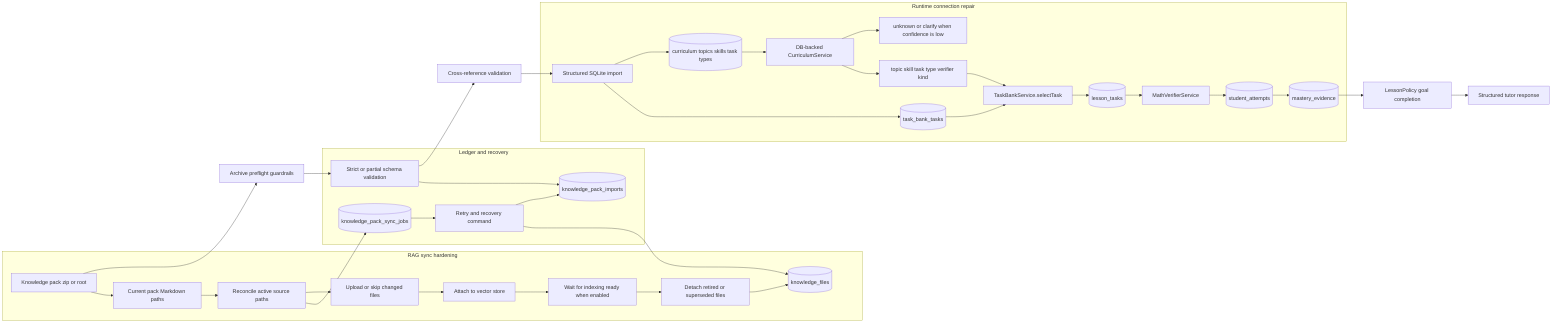
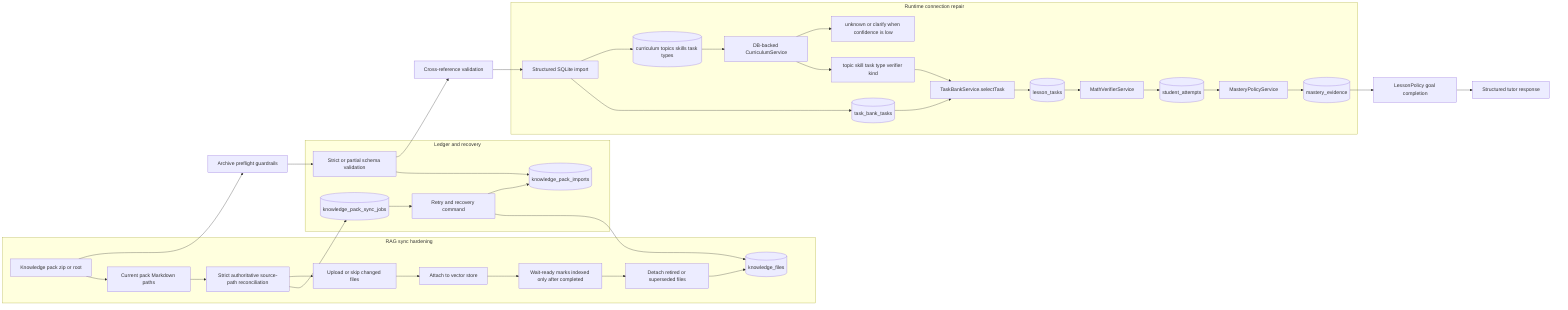
flowchart LR
  Pack[Knowledge pack zip or root] --> Preflight[Archive preflight guardrails]
  Preflight --> Validate[Strict or partial schema validation]
  Validate --> CrossRefs[Cross-reference validation]
  CrossRefs --> Import[Structured SQLite import]

  subgraph RuntimeConnection[Runtime connection repair]
    Import --> CurriculumTables[(curriculum topics skills task types)]
    Import --> TaskBank[(task_bank_tasks)]
    CurriculumTables --> Resolver[DB-backed CurriculumService]
    Resolver --> Unknown[unknown or clarify when confidence is low]
    Resolver --> Context[topic skill task type verifier kind]
    TaskBank --> SelectTask[TaskBankService.selectTask]
    Context --> SelectTask
    SelectTask --> LessonTasks[(lesson_tasks)]
    LessonTasks --> Verifier[MathVerifierService]
    Verifier --> Attempts[(student_attempts)]
-     Attempts --> Mastery[(mastery_evidence)]
+     Attempts --> MasteryPolicy[MasteryPolicyService]
+     MasteryPolicy --> Mastery[(mastery_evidence)]
  end

  subgraph RagSync[RAG sync hardening]
    Pack --> RagPaths[Current pack Markdown paths]
-     RagPaths --> Reconcile[Reconcile active source paths]
+     RagPaths --> Reconcile[Strict authoritative source-path reconciliation]
    Reconcile --> Upload[Upload or skip changed files]
    Upload --> Attach[Attach to vector store]
-     Attach --> WaitReady[Wait for indexing ready when enabled]
+     Attach --> WaitReady[Wait-ready marks indexed only after completed]
    WaitReady --> Cleanup[Detach retired or superseded files]
    Cleanup --> KnowledgeFiles[(knowledge_files)]
  end

  subgraph Recovery[Ledger and recovery]
    Validate --> Ledger[(knowledge_pack_imports)]
    Reconcile --> Jobs[(knowledge_pack_sync_jobs)]
    Jobs --> Recover[Retry and recovery command]
    Recover --> Ledger
    Recover --> KnowledgeFiles
  end

  Mastery --> Policy[LessonPolicy goal completion]
  Policy --> Tutor[Structured tutor response]
